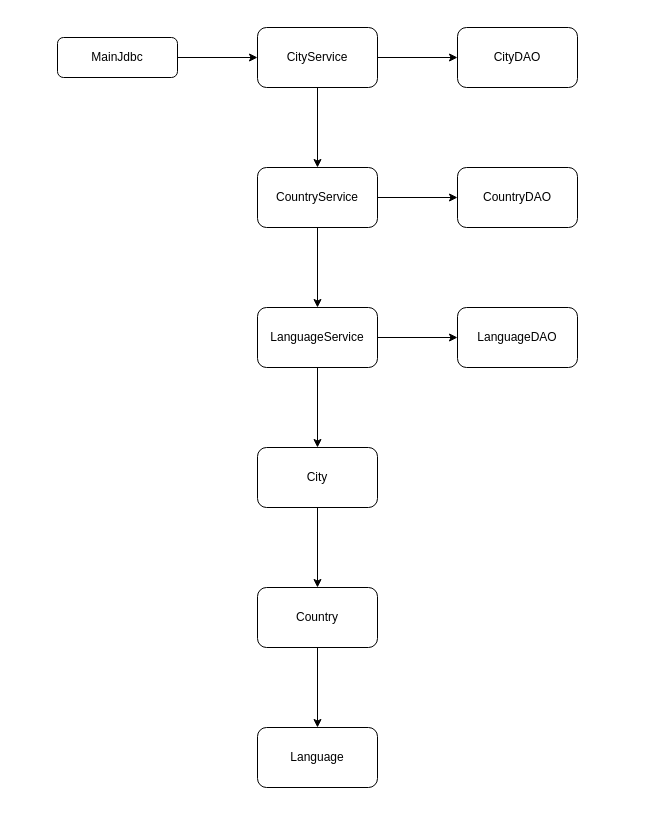
Above: Diagrama sin título.drawio in titi867/TareaAD03 (draw.io), before the change. Source tidied: cells renumbered, new cells numbered last; positions are measured from the earlier drawing's top-left corner, leaving out a move shared by most shapes. Both pictures are drawn from the tidied source at 100%, with x=0, y=0 at pixel (57, 27).
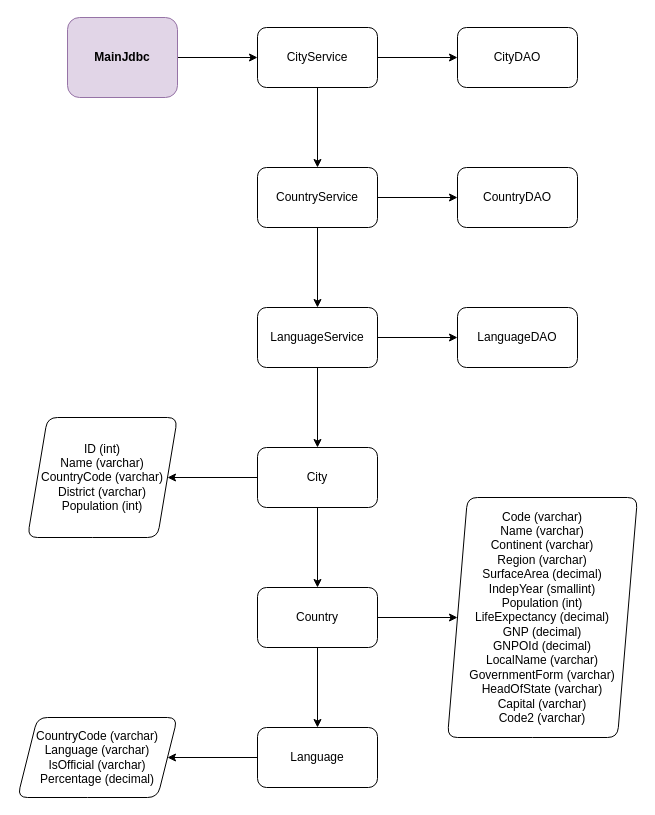
The same page after the edit.

The change refers to these unchanged cells:
```xml
<mxCell id="15" value="City" style="whiteSpace=wrap;html=1;rounded=1;glass=0;strokeWidth=1;shadow=0;" parent="1" vertex="1">
  <mxGeometry x="200" y="420" width="120" height="60" as="geometry" />
</mxCell>
<mxCell id="17" value="Country" style="whiteSpace=wrap;html=1;rounded=1;glass=0;strokeWidth=1;shadow=0;" parent="1" vertex="1">
  <mxGeometry x="200" y="560" width="120" height="60" as="geometry" />
</mxCell>
<mxCell id="18" value="Language" style="whiteSpace=wrap;html=1;rounded=1;glass=0;strokeWidth=1;shadow=0;" parent="1" vertex="1">
  <mxGeometry x="200" y="700" width="120" height="60" as="geometry" />
</mxCell>
```

Change to the diagram source:
```diff
@@
-    <mxCell id="3" value="MainJdbc" style="rounded=1;whiteSpace=wrap;html=1;fontSize=12;glass=0;strokeWidth=1;shadow=0;" parent="1" vertex="1">
-      <mxGeometry y="10" width="120" height="40" as="geometry" />
+    <mxCell id="3" value="&lt;b&gt;MainJdbc&lt;/b&gt;" style="rounded=1;whiteSpace=wrap;html=1;fontSize=12;glass=0;strokeWidth=1;shadow=0;fillColor=#e1d5e7;strokeColor=#9673a6;" parent="1" vertex="1">
+      <mxGeometry x="10" y="-10" width="110" height="80" as="geometry" />
     </mxCell>
@@
+    <mxCell id="21" style="edgeStyle=orthogonalEdgeStyle;rounded=0;jettySize=auto;html=1;" parent="1" edge="1" source="15" target="24">
+      <mxGeometry relative="1" as="geometry" />
+    </mxCell>
@@
+    <mxCell id="22" style="edgeStyle=orthogonalEdgeStyle;rounded=0;jettySize=auto;html=1;" parent="1" edge="1" source="17" target="25">
+      <mxGeometry relative="1" as="geometry" />
+    </mxCell>
@@
+    <mxCell id="23" style="edgeStyle=orthogonalEdgeStyle;rounded=0;jettySize=auto;html=1;" parent="1" edge="1" source="18" target="26">
+      <mxGeometry relative="1" as="geometry" />
+    </mxCell>
@@
+    <mxCell id="24" value="&lt;div&gt;ID (int)&lt;/div&gt;&lt;div&gt;Name (varchar)&lt;/div&gt;&lt;div&gt;CountryCode (varchar)&lt;/div&gt;&lt;div&gt;District (varchar)&lt;/div&gt;&lt;div&gt;Population (int)&lt;/div&gt;" style="shape=parallelogram;perimeter=parallelogramPerimeter;whiteSpace=wrap;html=1;fixedSize=1;rounded=1;glass=0;strokeWidth=1;shadow=0;" parent="1" vertex="1">
+      <mxGeometry x="-30" y="390" width="150" height="120" as="geometry" />
+    </mxCell>
+    <mxCell id="25" value="&lt;div&gt;Code (varchar)&lt;/div&gt;&lt;div&gt;Name (varchar)&lt;/div&gt;&lt;div&gt;Continent (varchar)&lt;/div&gt;&lt;div&gt;Region (varchar)&lt;/div&gt;&lt;div&gt;SurfaceArea (decimal)&lt;/div&gt;&lt;div&gt;IndepYear (smallint)&lt;/div&gt;&lt;div&gt;Population (int)&lt;/div&gt;&lt;div&gt;LifeExpectancy (decimal)&lt;/div&gt;&lt;div&gt;GNP (decimal)&lt;/div&gt;&lt;div&gt;GNPOId (decimal)&lt;/div&gt;&lt;div&gt;LocalName (varchar)&lt;/div&gt;&lt;div&gt;GovernmentForm (varchar)&lt;/div&gt;&lt;div&gt;HeadOfState (varchar)&lt;/div&gt;&lt;div&gt;Capital (varchar)&lt;/div&gt;&lt;div&gt;Code2 (varchar)&lt;/div&gt;" style="shape=parallelogram;perimeter=parallelogramPerimeter;whiteSpace=wrap;html=1;fixedSize=1;rounded=1;glass=0;strokeWidth=1;shadow=0;" parent="1" vertex="1">
+      <mxGeometry x="390" y="470" width="190" height="240" as="geometry" />
+    </mxCell>
+    <mxCell id="26" value="&lt;div&gt;CountryCode (varchar)&lt;/div&gt;&lt;div&gt;Language (varchar)&lt;/div&gt;&lt;div&gt;IsOfficial (varchar)&lt;/div&gt;&lt;div&gt;Percentage (decimal)&lt;/div&gt;" style="shape=parallelogram;perimeter=parallelogramPerimeter;whiteSpace=wrap;html=1;fixedSize=1;rounded=1;glass=0;strokeWidth=1;shadow=0;" parent="1" vertex="1">
+      <mxGeometry x="-40" y="690" width="160" height="80" as="geometry" />
+    </mxCell>
```
